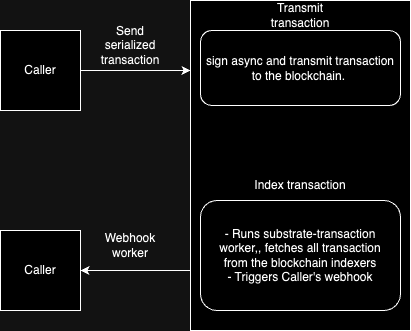
The draw.io diagram services/blockchain/images/bcs_flow.png in Apillon/apillon-services, before a commit. Source tidied: cells renumbered, new cells last; positions are measured from the earlier drawing's top-left corner, leaving out a move shared by most shapes.
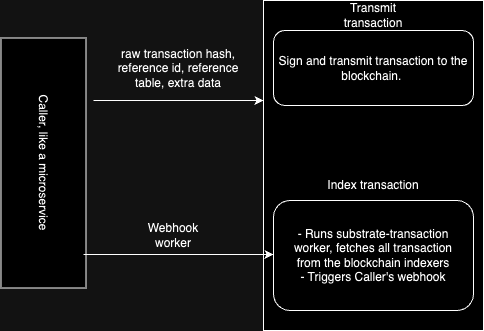
After the change.

What changed in the source:
```diff
@@ -2,22 +2,19 @@
   <root>
     <mxCell id="0" />
     <mxCell id="1" parent="0" />
-    <mxCell id="2" value="Caller" style="whiteSpace=wrap;html=1;" parent="1" vertex="1">
-      <mxGeometry y="30" width="80" height="80" as="geometry" />
-    </mxCell>
     <mxCell id="3" style="endArrow=classic;html=1;rounded=0;" parent="1" edge="1">
       <mxGeometry relative="1" as="geometry">
-        <mxPoint x="80" y="70" as="sourcePoint" />
-        <mxPoint x="190" y="70" as="targetPoint" />
+        <mxPoint x="20" y="100" as="sourcePoint" />
+        <mxPoint x="190" y="100" as="targetPoint" />
       </mxGeometry>
     </mxCell>
-    <mxCell id="4" value="Send serialized transaction" style="text;html=1;strokeColor=none;fillColor=none;align=center;verticalAlign=middle;whiteSpace=wrap;rounded=0;" parent="1" vertex="1">
-      <mxGeometry x="100" y="30" width="60" height="30" as="geometry" />
+    <mxCell id="4" value="raw transaction hash, reference id, reference table, extra&amp;nbsp;data" style="text;html=1;strokeColor=none;fillColor=none;align=center;verticalAlign=middle;whiteSpace=wrap;rounded=0;" parent="1" vertex="1">
+      <mxGeometry x="40" y="52.5" width="130" height="30" as="geometry" />
     </mxCell>
     <mxCell id="5" style="rounded=0;whiteSpace=wrap;html=1;rotation=90;" parent="1" vertex="1">
       <mxGeometry x="135" y="55" width="330" height="220" as="geometry" />
     </mxCell>
-    <mxCell id="6" value="sign async and transmit transaction to the blockchain.&amp;nbsp;" style="rounded=1;whiteSpace=wrap;html=1;" parent="1" vertex="1">
+    <mxCell id="6" value="Sign and transmit transaction to the blockchain.&amp;nbsp;" style="rounded=1;whiteSpace=wrap;html=1;" parent="1" vertex="1">
       <mxGeometry x="200" y="30" width="200" height="75" as="geometry" />
     </mxCell>
     <mxCell id="7" value="Transmit transaction" style="text;html=1;strokeColor=none;fillColor=none;align=center;verticalAlign=middle;whiteSpace=wrap;rounded=0;" parent="1" vertex="1">
@@ -29,19 +26,20 @@
     <mxCell id="9" value="Index transaction" style="text;html=1;strokeColor=none;fillColor=none;align=center;verticalAlign=middle;whiteSpace=wrap;rounded=0;" parent="1" vertex="1">
       <mxGeometry x="250" y="170" width="100" height="30" as="geometry" />
     </mxCell>
-    <mxCell id="10" value="- Runs substrate-transaction worker,, fetches all transaction from the blockchain indexers&lt;br&gt;- Triggers Caller's webhook" style="text;html=1;strokeColor=none;fillColor=none;align=center;verticalAlign=middle;whiteSpace=wrap;rounded=0;" parent="1" vertex="1">
+    <mxCell id="10" value="- Runs substrate-transaction worker, fetches all transaction from the blockchain indexers&lt;br&gt;- Triggers Caller's webhook" style="text;html=1;strokeColor=none;fillColor=none;align=center;verticalAlign=middle;whiteSpace=wrap;rounded=0;" parent="1" vertex="1">
       <mxGeometry x="210" y="210" width="180" height="90" as="geometry" />
     </mxCell>
-    <mxCell id="11" value="Caller" style="whiteSpace=wrap;html=1;" parent="1" vertex="1">
-      <mxGeometry y="230" width="80" height="80" as="geometry" />
-    </mxCell>
     <mxCell id="12" value="Webhook worker" style="text;html=1;strokeColor=none;fillColor=none;align=center;verticalAlign=middle;whiteSpace=wrap;rounded=0;" parent="1" vertex="1">
-      <mxGeometry x="100" y="230" width="60" height="30" as="geometry" />
+      <mxGeometry x="70" y="220" width="60" height="30" as="geometry" />
     </mxCell>
-    <mxCell id="13" style="endArrow=classic;html=1;rounded=0;entryX=1;entryY=0.5;entryDx=0;entryDy=0;" parent="1" edge="1" target="11">
-      <mxGeometry relative="1" as="geometry">
-        <mxPoint x="190" y="270" as="sourcePoint" />
-      </mxGeometry>
-    </mxCell>
+    <mxCell id="14" value="Caller, like a microservice&lt;br&gt;" style="rounded=0;whiteSpace=wrap;html=1;rotation=90;" parent="1" vertex="1">
+      <mxGeometry x="-155" y="120" width="250" height="85" as="geometry" />
+    </mxCell>
+    <mxCell id="15" style="endArrow=classic;html=1;rounded=0;entryX=0.903;entryY=1.005;entryDx=0;entryDy=0;entryPerimeter=0;" parent="1" edge="1">
+      <mxGeometry relative="1" as="geometry">
+        <mxPoint x="10" y="254" as="sourcePoint" />
+        <mxPoint x="200" y="254" as="targetPoint" />
+      </mxGeometry>
+    </mxCell>
   </root>
 </mxGraphModel>
```
